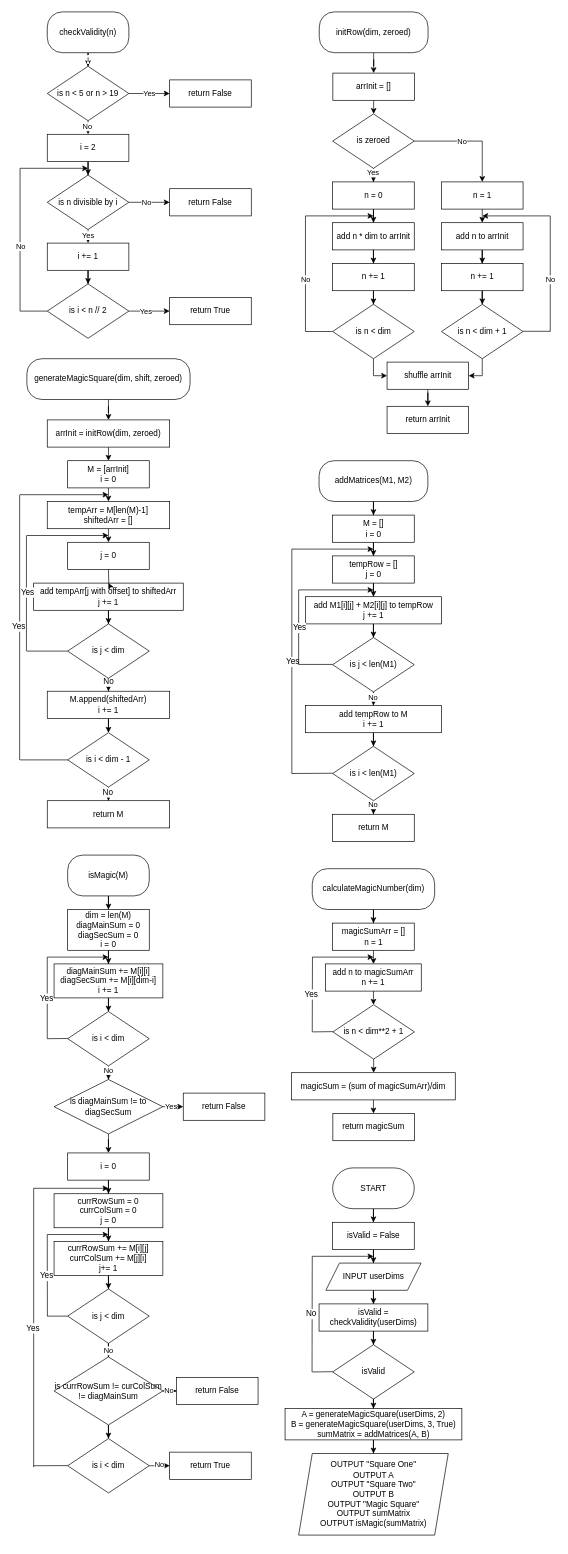
Ayaan735229/ICS4U keeps this draw.io diagram as Assignments/RandomMagicSquares.drawio. Above is the earlier version. Source tidied: cells renumbered, new cells numbered last; positions are measured from the earlier drawing's top-left corner, leaving out a move shared by most shapes. Both pictures are drawn from the tidied source at 68%, with x=0, y=0 at pixel (19, 12).
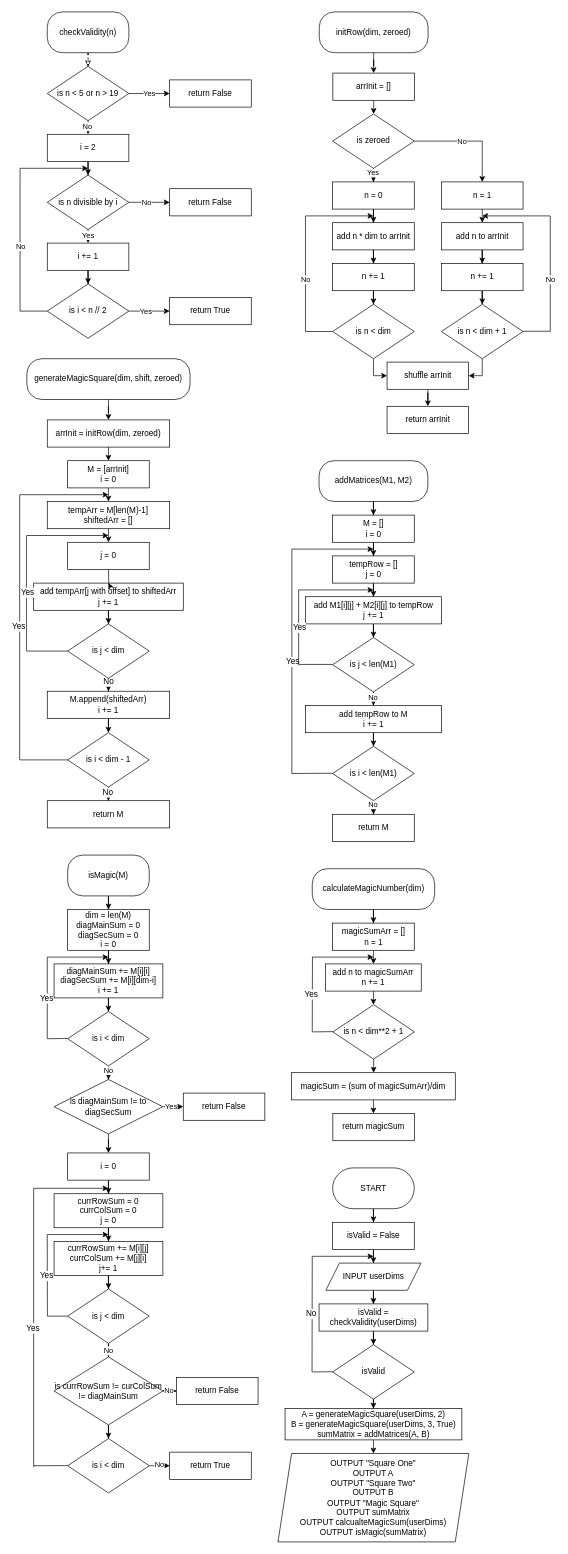
Above is the later version.

Commit message:
Added an output statement to MagicSquares flowchart

The edit, as a diff of the source:
```diff
@@
-    <mxCell id="178" value="&lt;div&gt;OUTPUT &quot;Square One&quot;&lt;/div&gt;&lt;div&gt;OUTPUT A&lt;div&gt;OUTPUT &quot;Square Two&quot;&lt;/div&gt;OUTPUT B&lt;br&gt;&lt;/div&gt;&lt;div&gt;&lt;div&gt;OUTPUT &quot;Magic Square&quot;&lt;/div&gt;OUTPUT sumMatrix&lt;/div&gt;&lt;div&gt;OUTPUT isMagic(sumMatrix)&lt;br&gt;&lt;/div&gt;" style="shape=parallelogram;perimeter=parallelogramPerimeter;whiteSpace=wrap;html=1;fixedSize=1;" parent="1" vertex="1">
-      <mxGeometry x="410.7" y="2120" width="220" height="120" as="geometry" />
+    <mxCell id="178" value="&lt;div&gt;OUTPUT &quot;Square One&quot;&lt;/div&gt;&lt;div&gt;OUTPUT A&lt;div&gt;OUTPUT &quot;Square Two&quot;&lt;/div&gt;OUTPUT B&lt;br&gt;&lt;/div&gt;&lt;div&gt;&lt;div&gt;OUTPUT &quot;Magic Square&quot;&lt;/div&gt;OUTPUT sumMatrix&lt;/div&gt;&lt;div&gt;OUTPUT calcualteMagicSum(userDims)&lt;br&gt;&lt;/div&gt;&lt;div&gt;OUTPUT isMagic(sumMatrix)&lt;br&gt;&lt;/div&gt;" style="shape=parallelogram;perimeter=parallelogramPerimeter;whiteSpace=wrap;html=1;fixedSize=1;" parent="1" vertex="1">
+      <mxGeometry x="380.3" y="2120" width="280.7" height="130" as="geometry" />
     </mxCell>
```
